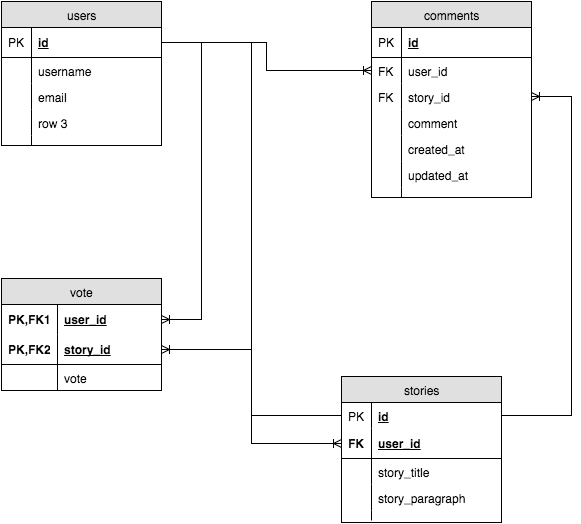
This is forum_schema.png from blanford-fox-2016/schema-forum, a draw.io export, as it was before one commit. Source tidied: cells renumbered, new cells last; positions are measured from the earlier drawing's top-left corner, leaving out a move shared by most shapes.
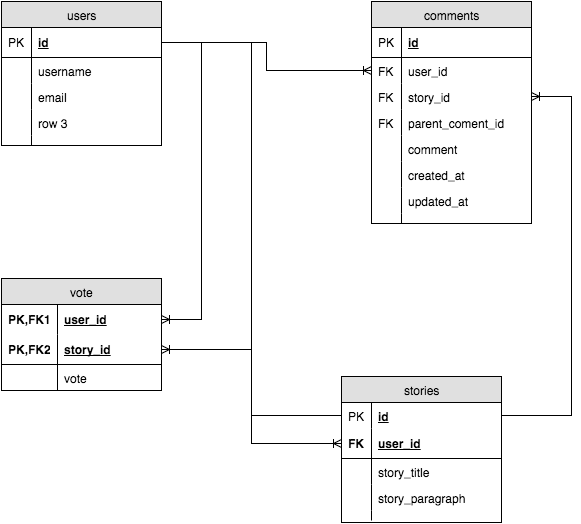
After the change.

Commit message:
update forum schema

Diff of the diagram source:
```diff
@@ -69,7 +69,7 @@
       <mxGeometry width="30" height="10" as="geometry" />
     </mxCell>
     <mxCell id="24" value="comments" style="swimlane;html=1;fontStyle=0;horizontal=1;startSize=26;fillColor=#e0e0e0;swimlaneFillColor=#ffffff;align=center;" parent="1" vertex="1">
-      <mxGeometry x="370" width="160" height="196" as="geometry" />
+      <mxGeometry x="370" width="160" height="222" as="geometry" />
     </mxCell>
     <mxCell id="25" value="id" style="shape=partialRectangle;top=0;left=0;right=0;bottom=1;html=1;align=left;verticalAlign=middle;fillColor=none;spacingLeft=34;spacingRight=4;whiteSpace=wrap;overflow=hidden;fontStyle=5;" parent="24" vertex="1">
       <mxGeometry y="26" width="160" height="30" as="geometry" />
@@ -89,26 +89,32 @@
     <mxCell id="30" value="FK" style="shape=partialRectangle;top=0;left=0;bottom=0;html=1;fillColor=none;align=left;verticalAlign=top;spacingLeft=4;spacingRight=4;whiteSpace=wrap;overflow=hidden;" parent="29" vertex="1">
       <mxGeometry width="30" height="26" as="geometry" />
     </mxCell>
-    <mxCell id="31" value="comment" style="shape=partialRectangle;top=0;left=0;right=0;bottom=0;html=1;align=left;verticalAlign=top;fillColor=none;spacingLeft=34;spacingRight=4;whiteSpace=wrap;overflow=hidden;" parent="24" vertex="1">
+    <mxCell id="31" value="parent_coment_id" style="shape=partialRectangle;top=0;left=0;right=0;bottom=0;html=1;align=left;verticalAlign=top;fillColor=none;spacingLeft=34;spacingRight=4;whiteSpace=wrap;overflow=hidden;" parent="24" vertex="1">
       <mxGeometry y="108" width="160" height="26" as="geometry" />
     </mxCell>
-    <mxCell id="32" style="shape=partialRectangle;top=0;left=0;bottom=0;html=1;fillColor=none;align=left;verticalAlign=top;spacingLeft=4;spacingRight=4;whiteSpace=wrap;overflow=hidden;" parent="31" vertex="1">
+    <mxCell id="32" value="FK" style="shape=partialRectangle;top=0;left=0;bottom=0;html=1;fillColor=none;align=left;verticalAlign=top;spacingLeft=4;spacingRight=4;whiteSpace=wrap;overflow=hidden;" parent="31" vertex="1">
       <mxGeometry width="30" height="26" as="geometry" />
     </mxCell>
+    <mxCell id="51" value="comment" style="shape=partialRectangle;top=0;left=0;right=0;bottom=0;html=1;align=left;verticalAlign=top;fillColor=none;spacingLeft=34;spacingRight=4;whiteSpace=wrap;overflow=hidden;" parent="24" vertex="1">
+      <mxGeometry y="134" width="160" height="26" as="geometry" />
+    </mxCell>
+    <mxCell id="52" style="shape=partialRectangle;top=0;left=0;bottom=0;html=1;fillColor=none;align=left;verticalAlign=top;spacingLeft=4;spacingRight=4;whiteSpace=wrap;overflow=hidden;" parent="51" vertex="1">
+      <mxGeometry width="30" height="26" as="geometry" />
+    </mxCell>
     <mxCell id="33" value="created_at" style="shape=partialRectangle;top=0;left=0;right=0;bottom=0;html=1;align=left;verticalAlign=top;fillColor=none;spacingLeft=34;spacingRight=4;whiteSpace=wrap;overflow=hidden;" parent="24" vertex="1">
-      <mxGeometry y="134" width="160" height="26" as="geometry" />
+      <mxGeometry y="160" width="160" height="26" as="geometry" />
     </mxCell>
     <mxCell id="34" style="shape=partialRectangle;top=0;left=0;bottom=0;html=1;fillColor=none;align=left;verticalAlign=top;spacingLeft=4;spacingRight=4;whiteSpace=wrap;overflow=hidden;" parent="33" vertex="1">
       <mxGeometry width="30" height="26" as="geometry" />
     </mxCell>
     <mxCell id="35" value="updated_at" style="shape=partialRectangle;top=0;left=0;right=0;bottom=0;html=1;align=left;verticalAlign=top;fillColor=none;spacingLeft=34;spacingRight=4;whiteSpace=wrap;overflow=hidden;" parent="24" vertex="1">
-      <mxGeometry y="160" width="160" height="26" as="geometry" />
+      <mxGeometry y="186" width="160" height="26" as="geometry" />
     </mxCell>
     <mxCell id="36" style="shape=partialRectangle;top=0;left=0;bottom=0;html=1;fillColor=none;align=left;verticalAlign=top;spacingLeft=4;spacingRight=4;whiteSpace=wrap;overflow=hidden;" parent="35" vertex="1">
       <mxGeometry width="30" height="26" as="geometry" />
     </mxCell>
     <mxCell id="37" style="shape=partialRectangle;top=0;left=0;right=0;bottom=0;html=1;align=left;verticalAlign=top;fillColor=none;spacingLeft=34;spacingRight=4;whiteSpace=wrap;overflow=hidden;" parent="24" vertex="1">
-      <mxGeometry y="186" width="160" height="10" as="geometry" />
+      <mxGeometry y="212" width="160" height="10" as="geometry" />
     </mxCell>
     <mxCell id="38" style="shape=partialRectangle;top=0;left=0;bottom=0;html=1;fillColor=none;align=left;verticalAlign=top;spacingLeft=4;spacingRight=4;whiteSpace=wrap;overflow=hidden;" parent="37" vertex="1">
       <mxGeometry width="30" height="10" as="geometry" />
```
